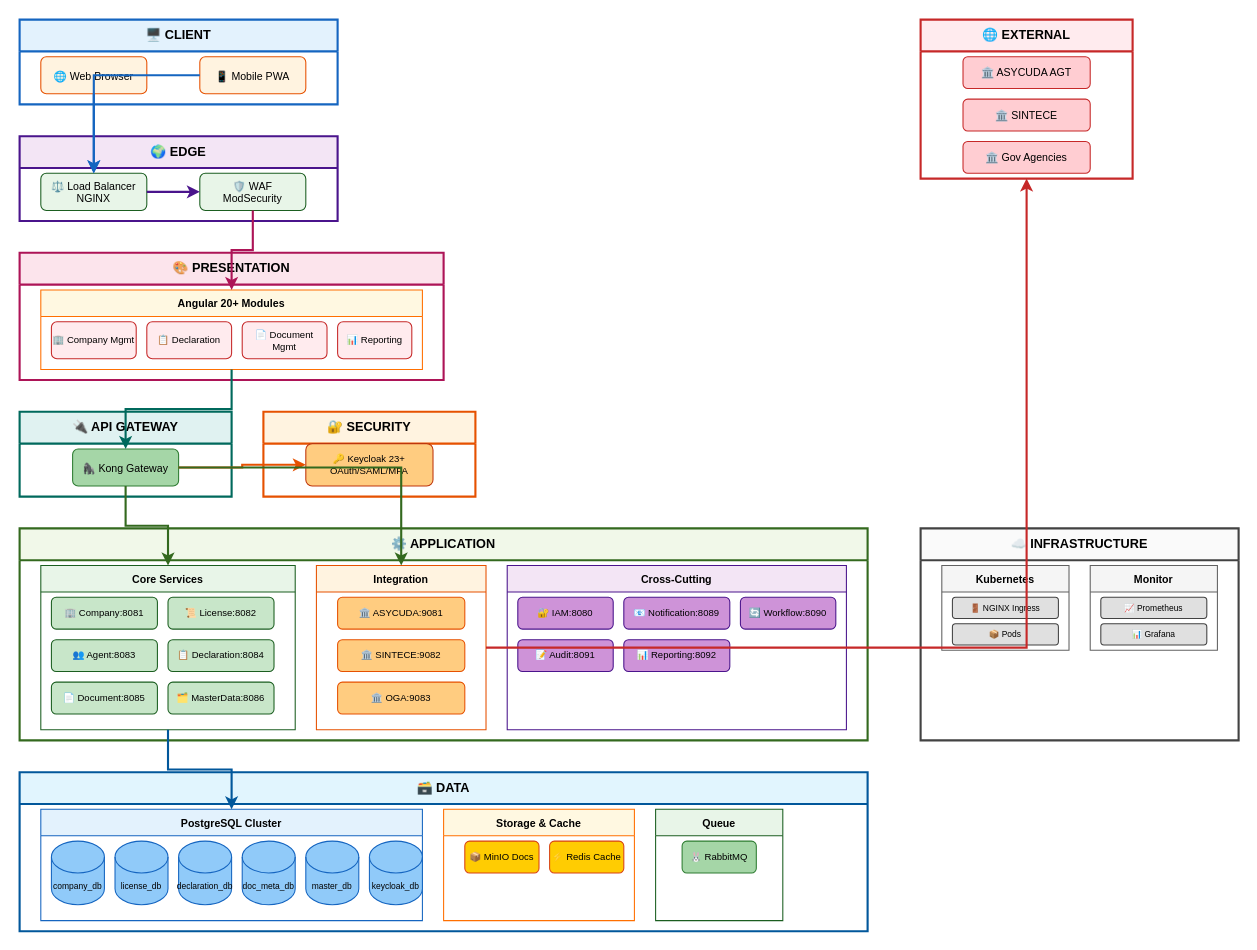
The draw.io diagram drawio/02_High_Level_Architecture.drawio in linoymalakkaran/hld-ango, before the edit. Source tidied: cells renumbered, new cells numbered last; positions are measured from the earlier drawing's top-left corner, leaving out a move shared by most shapes. Both pictures are drawn from the tidied source at 106%, with x=0, y=0 at pixel (19, 19).
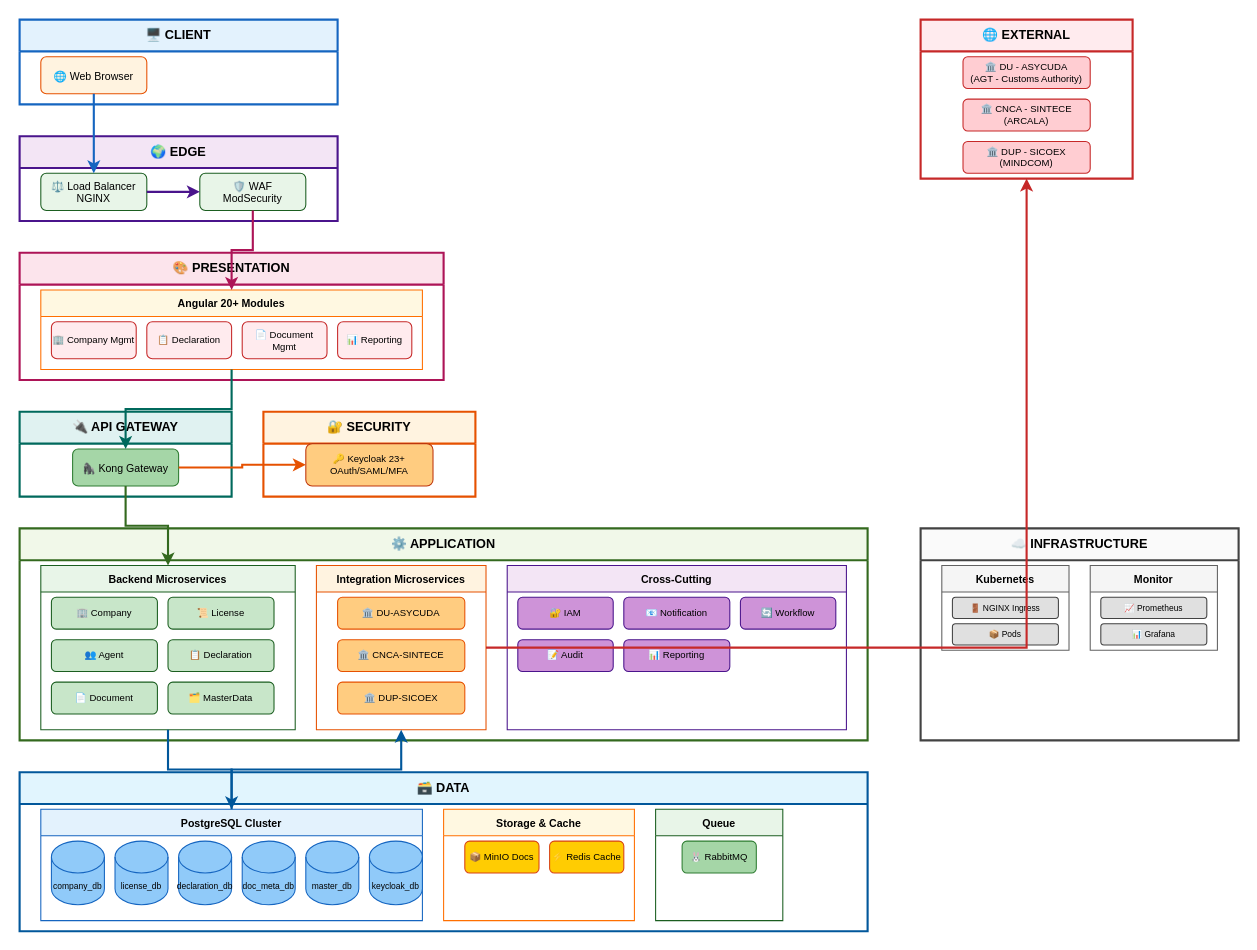
Above is the later version.

The change refers to these unchanged cells:
```xml
<mxCell id="2" value="🖥️ CLIENT" style="swimlane;whiteSpace=wrap;html=1;fillColor=#e3f2fd;strokeColor=#1565c0;strokeWidth=2;fontStyle=1;fontSize=12;startSize=30;" parent="1" vertex="1">
  <mxGeometry width="300" height="80" as="geometry" />
</mxCell>
<mxCell id="6" value="⚖️ Load Balancer&#10;NGINX" style="rounded=1;whiteSpace=wrap;html=1;fillColor=#e8f5e8;strokeColor=#1b5e20;strokeWidth=1;fontSize=10;" parent="5" vertex="1">
  <mxGeometry x="20" y="35" width="100" height="35" as="geometry" />
</mxCell>
<mxCell id="15" value="🦍 Kong Gateway" style="rounded=1;whiteSpace=wrap;html=1;fillColor=#a5d6a7;strokeColor=#2e7d32;strokeWidth=1;fontSize=10;" parent="14" vertex="1">
  <mxGeometry x="50" y="35" width="100" height="35" as="geometry" />
</mxCell>
<mxCell id="18" value="⚙️ APPLICATION" style="swimlane;whiteSpace=wrap;html=1;fillColor=#f1f8e9;strokeColor=#33691e;strokeWidth=2;fontStyle=1;fontSize=12;startSize=30;" parent="1" vertex="1">
  <mxGeometry y="480" width="800" height="200" as="geometry" />
</mxCell>
<mxCell id="30" value="Cross-Cutting" style="swimlane;whiteSpace=wrap;html=1;fillColor=#f3e5f5;strokeColor=#4a148c;strokeWidth=1;fontSize=10;startSize=25;" parent="18" vertex="1">
  <mxGeometry x="460" y="35" width="320" height="155" as="geometry" />
</mxCell>
<mxCell id="37" value="PostgreSQL Cluster" style="swimlane;whiteSpace=wrap;html=1;fillColor=#e3f2fd;strokeColor=#1565c0;strokeWidth=1;fontSize=10;startSize=25;" parent="36" vertex="1">
  <mxGeometry x="20" y="35" width="360" height="105" as="geometry" />
</mxCell>
<mxCell id="56" value="🌐 EXTERNAL" style="swimlane;whiteSpace=wrap;html=1;fillColor=#ffebee;strokeColor=#c62828;strokeWidth=2;fontStyle=1;fontSize=12;startSize=30;" parent="1" vertex="1">
  <mxGeometry x="850" width="200" height="150" as="geometry" />
</mxCell>
```

The edit, as a diff of the source:
```diff
@@
-    <mxCell id="4" value="📱 Mobile PWA" style="rounded=1;whiteSpace=wrap;html=1;fillColor=#fff3e0;strokeColor=#e65100;strokeWidth=1;fontSize=10;" parent="2" vertex="1">
-      <mxGeometry x="170" y="35" width="100" height="35" as="geometry" />
-    </mxCell>
@@
-    <mxCell id="19" value="Core Services" style="swimlane;whiteSpace=wrap;html=1;fillColor=#e8f5e8;strokeColor=#1b5e20;strokeWidth=1;fontSize=10;startSize=25;" parent="18" vertex="1">
+    <mxCell id="19" value="Backend Microservices" style="swimlane;whiteSpace=wrap;html=1;fillColor=#e8f5e8;strokeColor=#1b5e20;strokeWidth=1;fontSize=10;startSize=25;" parent="18" vertex="1">
       <mxGeometry x="20" y="35" width="240" height="155" as="geometry" />
     </mxCell>
-    <mxCell id="20" value="🏢 Company:8081" style="rounded=1;whiteSpace=wrap;html=1;fillColor=#c8e6c9;strokeColor=#1b5e20;strokeWidth=1;fontSize=9;" parent="19" vertex="1">
+    <mxCell id="20" value="🏢 Company" style="rounded=1;whiteSpace=wrap;html=1;fillColor=#c8e6c9;strokeColor=#1b5e20;strokeWidth=1;fontSize=9;" parent="19" vertex="1">
       <mxGeometry x="10" y="30" width="100" height="30" as="geometry" />
     </mxCell>
-    <mxCell id="21" value="📜 License:8082" style="rounded=1;whiteSpace=wrap;html=1;fillColor=#c8e6c9;strokeColor=#1b5e20;strokeWidth=1;fontSize=9;" parent="19" vertex="1">
+    <mxCell id="21" value="📜 License" style="rounded=1;whiteSpace=wrap;html=1;fillColor=#c8e6c9;strokeColor=#1b5e20;strokeWidth=1;fontSize=9;" parent="19" vertex="1">
       <mxGeometry x="120" y="30" width="100" height="30" as="geometry" />
     </mxCell>
-    <mxCell id="22" value="👥 Agent:8083" style="rounded=1;whiteSpace=wrap;html=1;fillColor=#c8e6c9;strokeColor=#1b5e20;strokeWidth=1;fontSize=9;" parent="19" vertex="1">
+    <mxCell id="22" value="👥 Agent" style="rounded=1;whiteSpace=wrap;html=1;fillColor=#c8e6c9;strokeColor=#1b5e20;strokeWidth=1;fontSize=9;" parent="19" vertex="1">
       <mxGeometry x="10" y="70" width="100" height="30" as="geometry" />
     </mxCell>
-    <mxCell id="23" value="📋 Declaration:8084" style="rounded=1;whiteSpace=wrap;html=1;fillColor=#c8e6c9;strokeColor=#1b5e20;strokeWidth=1;fontSize=9;" parent="19" vertex="1">
+    <mxCell id="23" value="📋 Declaration" style="rounded=1;whiteSpace=wrap;html=1;fillColor=#c8e6c9;strokeColor=#1b5e20;strokeWidth=1;fontSize=9;" parent="19" vertex="1">
       <mxGeometry x="120" y="70" width="100" height="30" as="geometry" />
     </mxCell>
-    <mxCell id="24" value="📄 Document:8085" style="rounded=1;whiteSpace=wrap;html=1;fillColor=#c8e6c9;strokeColor=#1b5e20;strokeWidth=1;fontSize=9;" parent="19" vertex="1">
+    <mxCell id="24" value="📄 Document" style="rounded=1;whiteSpace=wrap;html=1;fillColor=#c8e6c9;strokeColor=#1b5e20;strokeWidth=1;fontSize=9;" parent="19" vertex="1">
       <mxGeometry x="10" y="110" width="100" height="30" as="geometry" />
     </mxCell>
-    <mxCell id="25" value="🗂️ MasterData:8086" style="rounded=1;whiteSpace=wrap;html=1;fillColor=#c8e6c9;strokeColor=#1b5e20;strokeWidth=1;fontSize=9;" parent="19" vertex="1">
+    <mxCell id="25" value="🗂️ MasterData" style="rounded=1;whiteSpace=wrap;html=1;fillColor=#c8e6c9;strokeColor=#1b5e20;strokeWidth=1;fontSize=9;" parent="19" vertex="1">
       <mxGeometry x="120" y="110" width="100" height="30" as="geometry" />
     </mxCell>
-    <mxCell id="26" value="Integration" style="swimlane;whiteSpace=wrap;html=1;fillColor=#fff3e0;strokeColor=#e65100;strokeWidth=1;fontSize=10;startSize=25;" parent="18" vertex="1">
+    <mxCell id="26" value="Integration Microservices" style="swimlane;whiteSpace=wrap;html=1;fillColor=#fff3e0;strokeColor=#e65100;strokeWidth=1;fontSize=10;startSize=25;" parent="18" vertex="1">
       <mxGeometry x="280" y="35" width="160" height="155" as="geometry" />
     </mxCell>
-    <mxCell id="27" value="🏛️ ASYCUDA:9081" style="rounded=1;whiteSpace=wrap;html=1;fillColor=#ffcc80;strokeColor=#e65100;strokeWidth=1;fontSize=9;" parent="26" vertex="1">
+    <mxCell id="27" value="🏛️ DU-ASYCUDA" style="rounded=1;whiteSpace=wrap;html=1;fillColor=#ffcc80;strokeColor=#e65100;strokeWidth=1;fontSize=9;" parent="26" vertex="1">
       <mxGeometry x="20" y="30" width="120" height="30" as="geometry" />
     </mxCell>
-    <mxCell id="28" value="🏛️ SINTECE:9082" style="rounded=1;whiteSpace=wrap;html=1;fillColor=#ffcc80;strokeColor=#e65100;strokeWidth=1;fontSize=9;" parent="26" vertex="1">
+    <mxCell id="28" value="🏛️ CNCA-SINTECE" style="rounded=1;whiteSpace=wrap;html=1;fillColor=#ffcc80;strokeColor=#e65100;strokeWidth=1;fontSize=9;" parent="26" vertex="1">
       <mxGeometry x="20" y="70" width="120" height="30" as="geometry" />
     </mxCell>
-    <mxCell id="29" value="🏛️ OGA:9083" style="rounded=1;whiteSpace=wrap;html=1;fillColor=#ffcc80;strokeColor=#e65100;strokeWidth=1;fontSize=9;" parent="26" vertex="1">
-      <mxGeometry x="20" y="110" width="120" height="30" as="geometry" />
-    </mxCell>
+    <mxCell id="70" value="🏛️ DUP-SICOEX" style="rounded=1;whiteSpace=wrap;html=1;fillColor=#ffcc80;strokeColor=#e65100;strokeWidth=1;fontSize=9;" parent="26" vertex="1">
+      <mxGeometry x="20" y="110" width="120" height="30" as="geometry" />
+    </mxCell>
@@
-    <mxCell id="31" value="🔐 IAM:8080" style="rounded=1;whiteSpace=wrap;html=1;fillColor=#ce93d8;strokeColor=#4a148c;strokeWidth=1;fontSize=9;" parent="30" vertex="1">
+    <mxCell id="31" value="🔐 IAM" style="rounded=1;whiteSpace=wrap;html=1;fillColor=#ce93d8;strokeColor=#4a148c;strokeWidth=1;fontSize=9;" parent="30" vertex="1">
       <mxGeometry x="10" y="30" width="90" height="30" as="geometry" />
     </mxCell>
-    <mxCell id="32" value="📧 Notification:8089" style="rounded=1;whiteSpace=wrap;html=1;fillColor=#ce93d8;strokeColor=#4a148c;strokeWidth=1;fontSize=9;" parent="30" vertex="1">
+    <mxCell id="32" value="📧 Notification" style="rounded=1;whiteSpace=wrap;html=1;fillColor=#ce93d8;strokeColor=#4a148c;strokeWidth=1;fontSize=9;" parent="30" vertex="1">
       <mxGeometry x="110" y="30" width="100" height="30" as="geometry" />
     </mxCell>
-    <mxCell id="33" value="🔄 Workflow:8090" style="rounded=1;whiteSpace=wrap;html=1;fillColor=#ce93d8;strokeColor=#4a148c;strokeWidth=1;fontSize=9;" parent="30" vertex="1">
+    <mxCell id="33" value="🔄 Workflow" style="rounded=1;whiteSpace=wrap;html=1;fillColor=#ce93d8;strokeColor=#4a148c;strokeWidth=1;fontSize=9;" parent="30" vertex="1">
       <mxGeometry x="220" y="30" width="90" height="30" as="geometry" />
     </mxCell>
-    <mxCell id="34" value="📝 Audit:8091" style="rounded=1;whiteSpace=wrap;html=1;fillColor=#ce93d8;strokeColor=#4a148c;strokeWidth=1;fontSize=9;" parent="30" vertex="1">
+    <mxCell id="34" value="📝 Audit" style="rounded=1;whiteSpace=wrap;html=1;fillColor=#ce93d8;strokeColor=#4a148c;strokeWidth=1;fontSize=9;" parent="30" vertex="1">
       <mxGeometry x="10" y="70" width="90" height="30" as="geometry" />
     </mxCell>
-    <mxCell id="35" value="📊 Reporting:8092" style="rounded=1;whiteSpace=wrap;html=1;fillColor=#ce93d8;strokeColor=#4a148c;strokeWidth=1;fontSize=9;" parent="30" vertex="1">
+    <mxCell id="35" value="📊 Reporting" style="rounded=1;whiteSpace=wrap;html=1;fillColor=#ce93d8;strokeColor=#4a148c;strokeWidth=1;fontSize=9;" parent="30" vertex="1">
       <mxGeometry x="110" y="70" width="100" height="30" as="geometry" />
     </mxCell>
@@
-    <mxCell id="57" value="🏛️ ASYCUDA AGT" style="rounded=1;whiteSpace=wrap;html=1;fillColor=#ffcdd2;strokeColor=#c62828;strokeWidth=1;fontSize=10;" parent="56" vertex="1">
+    <mxCell id="57" value="🏛️ DU - ASYCUDA&#10;(AGT - Customs Authority)" style="rounded=1;whiteSpace=wrap;html=1;fillColor=#ffcdd2;strokeColor=#c62828;strokeWidth=1;fontSize=9;" parent="56" vertex="1">
       <mxGeometry x="40" y="35" width="120" height="30" as="geometry" />
     </mxCell>
-    <mxCell id="58" value="🏛️ SINTECE" style="rounded=1;whiteSpace=wrap;html=1;fillColor=#ffcdd2;strokeColor=#c62828;strokeWidth=1;fontSize=10;" parent="56" vertex="1">
+    <mxCell id="58" value="🏛️ CNCA - SINTECE&#10;(ARCALA)" style="rounded=1;whiteSpace=wrap;html=1;fillColor=#ffcdd2;strokeColor=#c62828;strokeWidth=1;fontSize=9;" parent="56" vertex="1">
       <mxGeometry x="40" y="75" width="120" height="30" as="geometry" />
     </mxCell>
-    <mxCell id="59" value="🏛️ Gov Agencies" style="rounded=1;whiteSpace=wrap;html=1;fillColor=#ffcdd2;strokeColor=#c62828;strokeWidth=1;fontSize=10;" parent="56" vertex="1">
-      <mxGeometry x="40" y="115" width="120" height="30" as="geometry" />
-    </mxCell>
+    <mxCell id="71" value="🏛️ DUP - SICOEX&#10;(MINDCOM)" style="rounded=1;whiteSpace=wrap;html=1;fillColor=#ffcdd2;strokeColor=#c62828;strokeWidth=1;fontSize=9;" parent="56" vertex="1">
+      <mxGeometry x="40" y="115" width="120" height="30" as="geometry" />
+    </mxCell>
@@
-    <mxCell id="61" style="edgeStyle=orthogonalEdgeStyle;rounded=0;jettySize=auto;html=1;strokeColor=#1565c0;strokeWidth=2;" parent="1" edge="1" source="4" target="6">
-      <mxGeometry relative="1" as="geometry" />
-    </mxCell>
@@
-    <mxCell id="67" style="edgeStyle=orthogonalEdgeStyle;rounded=0;jettySize=auto;html=1;strokeColor=#33691e;strokeWidth=2;" parent="1" edge="1" source="15" target="26">
-      <mxGeometry relative="1" as="geometry" />
-    </mxCell>
@@
+    <mxCell id="72" style="edgeStyle=orthogonalEdgeStyle;rounded=0;jettySize=auto;html=1;strokeColor=#01579b;strokeWidth=2;" parent="1" edge="1" source="37" target="26">
+      <mxGeometry relative="1" as="geometry" />
+    </mxCell>
```
